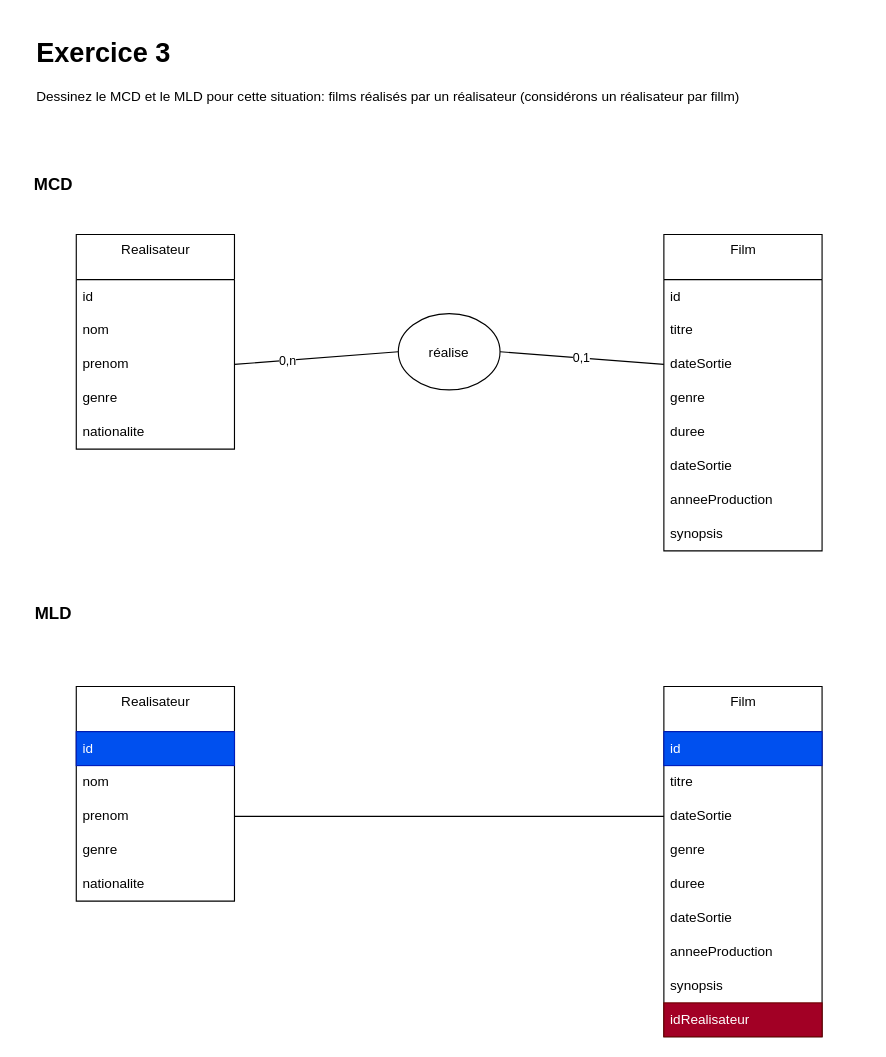
This is page "ex3" (3 of 7) of ex_modelisation_serie1.drawio from eleo-jens/database_analysis_merise, a draw.io file, before an edit. Source tidied: cells renumbered, new cells numbered last; positions are measured from the earlier drawing's top-left corner, leaving out a move shared by most shapes. Both pictures are drawn from the tidied source at 113%, with x=0, y=0 at pixel (19, 31).
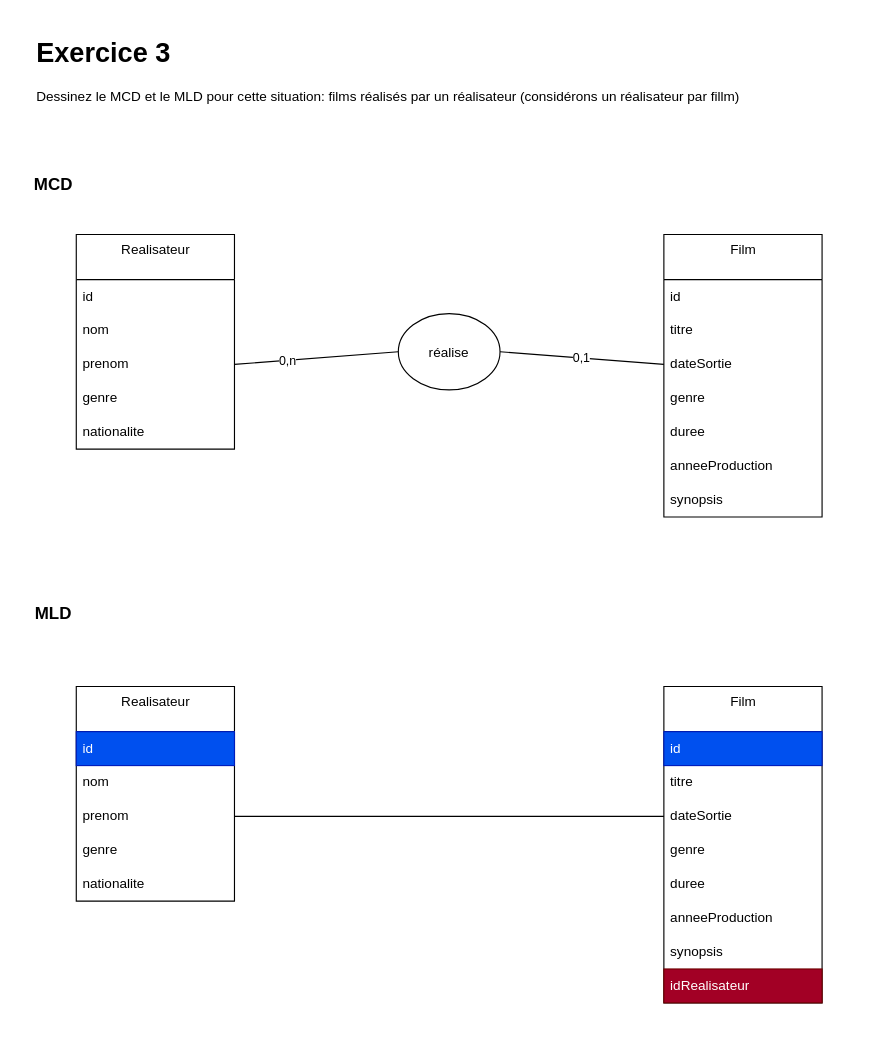
The same diagram, later.

Commit message (it also covers changes not shown here):
modification ex4 + suppression word doc

Change to the diagram source:
```diff
@@
     <mxCell id="3" value="Film" style="swimlane;fontStyle=0;align=center;verticalAlign=top;horizontal=1;startSize=40;html=1;" parent="1" vertex="1">
-      <mxGeometry x="570" y="180" width="140" height="280" as="geometry" />
+      <mxGeometry x="570" y="180" width="140" height="250" as="geometry" />
     </mxCell>
@@
-    <mxCell id="9" value="dateSortie" style="text;html=1;strokeColor=none;fillColor=none;align=left;verticalAlign=middle;spacingLeft=4;spacingRight=4;overflow=hidden;" parent="3" vertex="1">
-      <mxGeometry y="190" width="140" height="30" as="geometry" />
-    </mxCell>
     <mxCell id="10" value="anneeProduction" style="text;html=1;strokeColor=none;fillColor=none;align=left;verticalAlign=middle;spacingLeft=4;spacingRight=4;overflow=hidden;" parent="3" vertex="1">
-      <mxGeometry y="220" width="140" height="30" as="geometry" />
+      <mxGeometry y="190" width="140" height="30" as="geometry" />
     </mxCell>
     <mxCell id="11" value="synopsis" style="text;html=1;strokeColor=none;fillColor=none;align=left;verticalAlign=middle;spacingLeft=4;spacingRight=4;overflow=hidden;" parent="3" vertex="1">
-      <mxGeometry y="250" width="140" height="30" as="geometry" />
+      <mxGeometry y="220" width="140" height="30" as="geometry" />
     </mxCell>
@@
     <mxCell id="29" value="Film" style="swimlane;fontStyle=0;align=center;verticalAlign=top;horizontal=1;startSize=40;html=1;" parent="1" vertex="1">
-      <mxGeometry x="570" y="580" width="140" height="310" as="geometry" />
+      <mxGeometry x="570" y="580" width="140" height="280" as="geometry" />
     </mxCell>
@@
-    <mxCell id="35" value="dateSortie" style="text;html=1;strokeColor=none;fillColor=none;align=left;verticalAlign=middle;spacingLeft=4;spacingRight=4;overflow=hidden;" parent="29" vertex="1">
-      <mxGeometry y="190" width="140" height="30" as="geometry" />
-    </mxCell>
     <mxCell id="36" value="anneeProduction" style="text;html=1;strokeColor=none;fillColor=none;align=left;verticalAlign=middle;spacingLeft=4;spacingRight=4;overflow=hidden;" parent="29" vertex="1">
-      <mxGeometry y="220" width="140" height="30" as="geometry" />
+      <mxGeometry y="190" width="140" height="30" as="geometry" />
     </mxCell>
     <mxCell id="37" value="synopsis" style="text;html=1;strokeColor=none;fillColor=none;align=left;verticalAlign=middle;spacingLeft=4;spacingRight=4;overflow=hidden;" parent="29" vertex="1">
-      <mxGeometry y="250" width="140" height="30" as="geometry" />
+      <mxGeometry y="220" width="140" height="30" as="geometry" />
     </mxCell>
     <mxCell id="38" value="idRealisateur" style="text;html=1;strokeColor=#6F0000;fillColor=#a20025;align=left;verticalAlign=middle;spacingLeft=4;spacingRight=4;overflow=hidden;fontColor=#ffffff;" parent="29" vertex="1">
-      <mxGeometry y="280" width="140" height="30" as="geometry" />
+      <mxGeometry y="250" width="140" height="30" as="geometry" />
     </mxCell>
```
